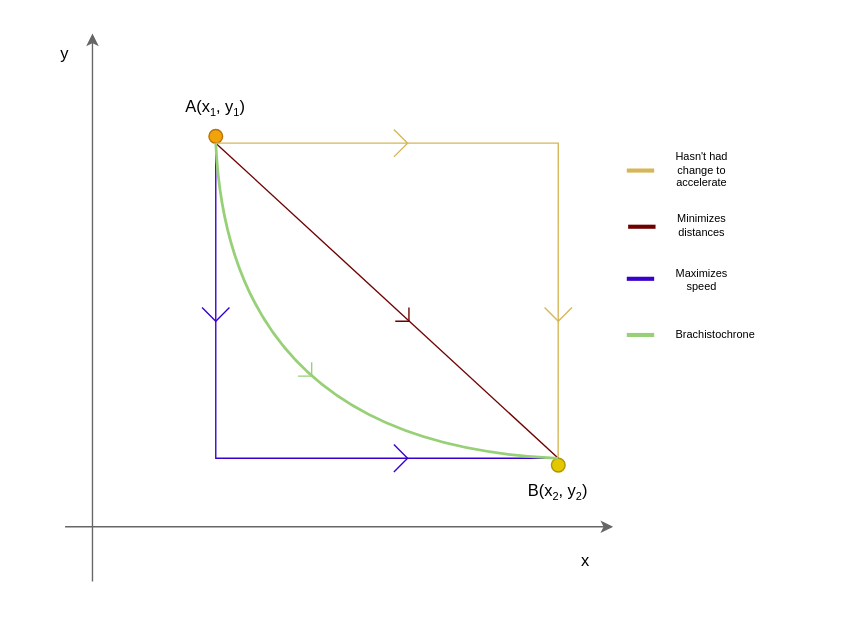
The draw.io diagram docs/img/Brachistochrone.drawio in MarshaGomez/F5-MOEA-Variations, before the edit. Source tidied: cells renumbered, new cells numbered last; positions are measured from the earlier drawing's top-left corner, leaving out a move shared by most shapes. Both pictures are drawn from the tidied source at 137%, with x=0, y=0 at pixel (23, 33).
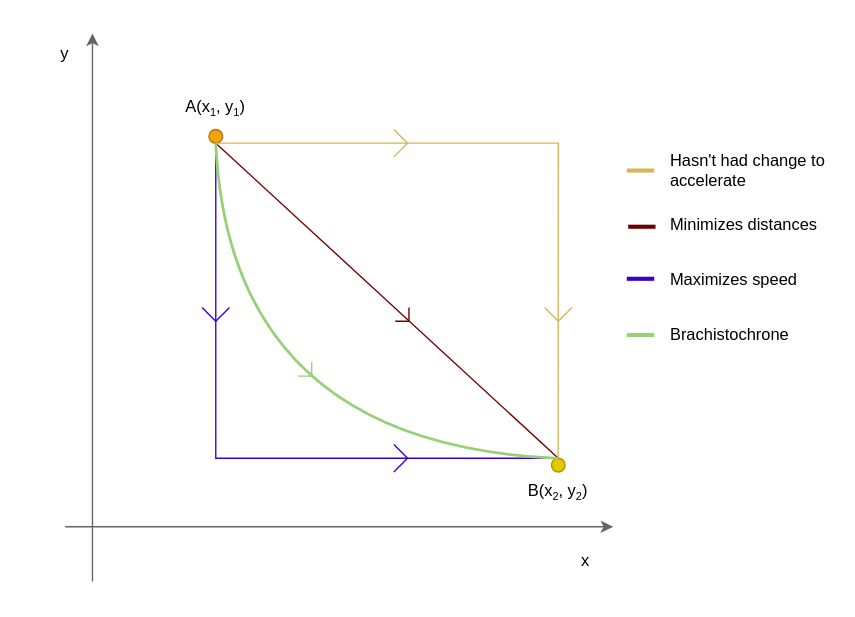
After the change.

Change to the diagram source:
```diff
@@
-    <mxCell id="13" value="Maximizes speed" style="text;html=1;strokeColor=none;fillColor=none;align=center;verticalAlign=middle;whiteSpace=wrap;rounded=0;fontSize=8;fontColor=#000000;" parent="1" vertex="1">
-      <mxGeometry x="470" y="160" width="50" height="40" as="geometry" />
+    <mxCell id="13" value="Maximizes speed" style="text;html=1;strokeColor=none;fillColor=none;align=left;verticalAlign=middle;whiteSpace=wrap;rounded=0;fontSize=12;fontColor=#000000;" parent="1" vertex="1">
+      <mxGeometry x="470" y="160" width="120" height="40" as="geometry" />
     </mxCell>
@@
-    <mxCell id="20" value="Minimizes distances" style="text;html=1;strokeColor=none;fillColor=none;align=center;verticalAlign=middle;whiteSpace=wrap;rounded=0;fontSize=8;fontColor=#000000;" parent="1" vertex="1">
-      <mxGeometry x="470" y="120" width="50" height="40" as="geometry" />
+    <mxCell id="20" value="Minimizes distances" style="text;html=1;strokeColor=none;fillColor=none;align=left;verticalAlign=middle;whiteSpace=wrap;rounded=0;fontSize=12;fontColor=#000000;" parent="1" vertex="1">
+      <mxGeometry x="470" y="120" width="120" height="40" as="geometry" />
     </mxCell>
-    <mxCell id="21" value="Hasn't had change to accelerate" style="text;html=1;strokeColor=none;fillColor=none;align=center;verticalAlign=middle;whiteSpace=wrap;rounded=0;fontSize=8;fontColor=#000000;" parent="1" vertex="1">
-      <mxGeometry x="470" y="80" width="50" height="40" as="geometry" />
+    <mxCell id="21" value="Hasn't had change to accelerate" style="text;html=1;strokeColor=none;fillColor=none;align=left;verticalAlign=middle;whiteSpace=wrap;rounded=0;fontSize=12;fontColor=#000000;" parent="1" vertex="1">
+      <mxGeometry x="470" y="80" width="120" height="40" as="geometry" />
     </mxCell>
@@
-    <mxCell id="25" value="Brachistochrone" style="text;html=1;strokeColor=none;fillColor=none;align=center;verticalAlign=middle;whiteSpace=wrap;rounded=0;fontSize=8;fontColor=#000000;" parent="1" vertex="1">
-      <mxGeometry x="470" y="200" width="70" height="40" as="geometry" />
+    <mxCell id="25" value="Brachistochrone" style="text;html=1;strokeColor=none;fillColor=none;align=left;verticalAlign=middle;whiteSpace=wrap;rounded=0;fontSize=12;fontColor=#000000;" parent="1" vertex="1">
+      <mxGeometry x="470" y="200" width="120" height="40" as="geometry" />
     </mxCell>
```
